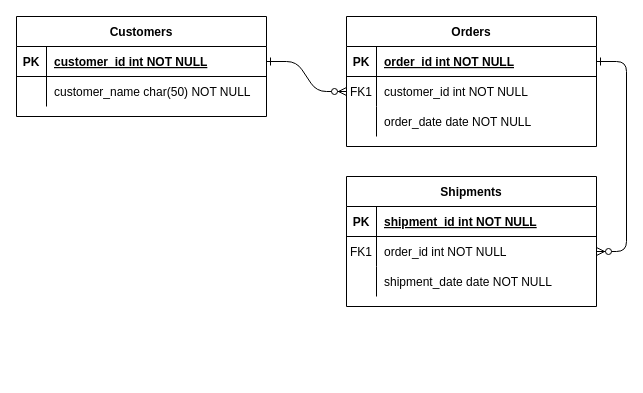
The draw.io diagram Untitled Diagram.drawio in JonathanSun218/USC-CSCI-585, before the edit. Source tidied: cells renumbered, new cells numbered last; positions are measured from the earlier drawing's top-left corner, leaving out a move shared by most shapes. Both pictures are drawn from the tidied source at 100%, with x=0, y=0 at pixel (16, 16).
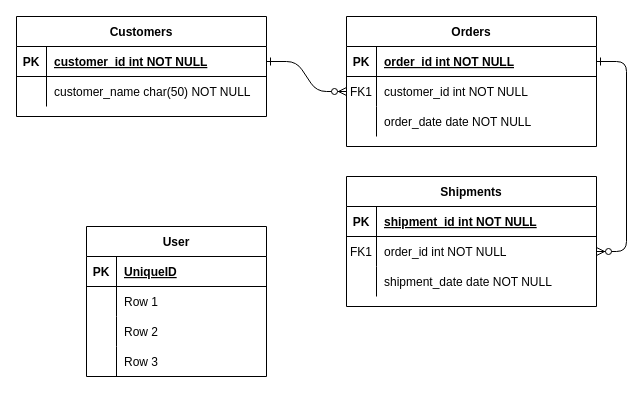
After the change.

What changed in the source:
```diff
@@
+    <mxCell id="31" value="User" style="shape=table;startSize=30;childLayout=tableLayout;rowLines=0;fontStyle=1;align=center;" parent="1" vertex="1">
+      <mxGeometry x="70" y="210" width="180" height="150" as="geometry" />
+    </mxCell>
+    <mxCell id="32" style="shape=tableRow;horizontal=0;startSize=0;swimlaneHead=0;swimlaneBody=0;fillColor=none;top=0;left=0;right=0;bottom=1;" parent="31" vertex="1">
+      <mxGeometry y="30" width="180" height="30" as="geometry" />
+    </mxCell>
+    <mxCell id="33" value="PK" style="shape=partialRectangle;fillColor=none;top=0;left=0;bottom=0;right=0;fontStyle=1;overflow=hidden;" parent="32" vertex="1">
+      <mxGeometry width="30" height="30" as="geometry" />
+    </mxCell>
+    <mxCell id="34" value="UniqueID" style="shape=partialRectangle;fillColor=none;top=0;left=0;bottom=0;right=0;align=left;spacingLeft=6;fontStyle=5;overflow=hidden;" parent="32" vertex="1">
+      <mxGeometry x="30" width="150" height="30" as="geometry" />
+    </mxCell>
+    <mxCell id="35" style="shape=tableRow;horizontal=0;startSize=0;swimlaneHead=0;swimlaneBody=0;fillColor=none;top=0;left=0;right=0;bottom=0;" parent="31" vertex="1">
+      <mxGeometry y="60" width="180" height="30" as="geometry" />
+    </mxCell>
+    <mxCell id="36" style="shape=partialRectangle;fillColor=none;top=0;left=0;bottom=0;right=0;overflow=hidden;" parent="35" vertex="1">
+      <mxGeometry width="30" height="30" as="geometry" />
+    </mxCell>
+    <mxCell id="37" value="Row 1" style="shape=partialRectangle;fillColor=none;top=0;left=0;bottom=0;right=0;align=left;spacingLeft=6;overflow=hidden;" parent="35" vertex="1">
+      <mxGeometry x="30" width="150" height="30" as="geometry" />
+    </mxCell>
+    <mxCell id="38" style="shape=tableRow;horizontal=0;startSize=0;swimlaneHead=0;swimlaneBody=0;fillColor=none;top=0;left=0;right=0;bottom=0;" parent="31" vertex="1">
+      <mxGeometry y="90" width="180" height="30" as="geometry" />
+    </mxCell>
+    <mxCell id="39" style="shape=partialRectangle;fillColor=none;top=0;left=0;bottom=0;right=0;overflow=hidden;" parent="38" vertex="1">
+      <mxGeometry width="30" height="30" as="geometry" />
+    </mxCell>
+    <mxCell id="40" value="Row 2" style="shape=partialRectangle;fillColor=none;top=0;left=0;bottom=0;right=0;align=left;spacingLeft=6;overflow=hidden;" parent="38" vertex="1">
+      <mxGeometry x="30" width="150" height="30" as="geometry" />
+    </mxCell>
+    <mxCell id="41" style="shape=tableRow;horizontal=0;startSize=0;swimlaneHead=0;swimlaneBody=0;fillColor=none;top=0;left=0;right=0;bottom=0;" parent="31" vertex="1">
+      <mxGeometry y="120" width="180" height="30" as="geometry" />
+    </mxCell>
+    <mxCell id="42" style="shape=partialRectangle;fillColor=none;top=0;left=0;bottom=0;right=0;overflow=hidden;" parent="41" vertex="1">
+      <mxGeometry width="30" height="30" as="geometry" />
+    </mxCell>
+    <mxCell id="43" value="Row 3" style="shape=partialRectangle;fillColor=none;top=0;left=0;bottom=0;right=0;align=left;spacingLeft=6;overflow=hidden;" parent="41" vertex="1">
+      <mxGeometry x="30" width="150" height="30" as="geometry" />
+    </mxCell>
```
